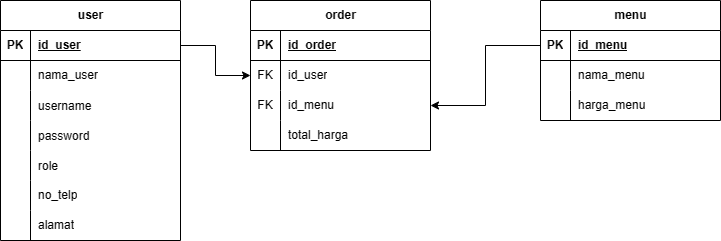
Earlier version of the draw.io export system-design/Table-Novee's Cakes.png (KrishnDwi/Novees-Cakes). Source tidied: cells renumbered, new cells last; positions are measured from the earlier drawing's top-left corner, leaving out a move shared by most shapes.
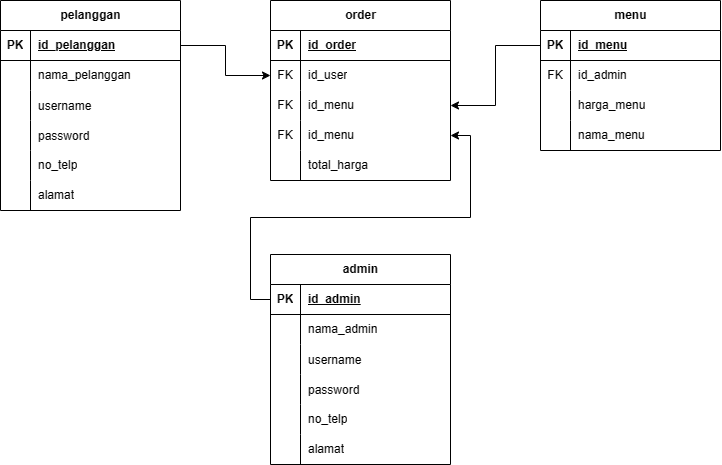
Later version of the same file.

What changed in the source:
```diff
@@ -3,7 +3,7 @@
     <mxCell id="0" />
     <mxCell id="1" parent="0" />
     <mxCell id="2" value="menu" style="shape=table;startSize=30;rowLines=0;fontStyle=1;align=center;html=1;" parent="1" vertex="1">
-      <mxGeometry x="540" width="180" height="120" as="geometry" />
+      <mxGeometry x="540" width="180" height="150" as="geometry" />
     </mxCell>
     <mxCell id="3" style="shape=tableRow;horizontal=0;startSize=0;swimlaneHead=0;swimlaneBody=0;fillColor=none;points=[[0,0.5],[1,0.5]];portConstraint=eastwest;top=0;left=0;right=0;bottom=1;" parent="2" vertex="1">
       <mxGeometry y="30" width="180" height="30" as="geometry" />
@@ -17,10 +17,10 @@
     <mxCell id="6" style="shape=tableRow;horizontal=0;startSize=0;swimlaneHead=0;swimlaneBody=0;fillColor=none;top=0;left=0;right=0;bottom=0;" parent="2" vertex="1">
       <mxGeometry y="60" width="180" height="30" as="geometry" />
     </mxCell>
-    <mxCell id="7" style="shape=partialRectangle;fillColor=none;top=0;left=0;bottom=0;right=0;overflow=hidden;whiteSpace=wrap;html=1;" parent="6" vertex="1">
+    <mxCell id="7" value="FK" style="shape=partialRectangle;fillColor=none;top=0;left=0;bottom=0;right=0;overflow=hidden;whiteSpace=wrap;html=1;" parent="6" vertex="1">
       <mxGeometry width="30" height="30" as="geometry" />
     </mxCell>
-    <mxCell id="8" value="nama_menu" style="shape=partialRectangle;fillColor=none;top=0;left=0;bottom=0;right=0;align=left;spacingLeft=6;overflow=hidden;whiteSpace=wrap;html=1;" parent="6" vertex="1">
+    <mxCell id="8" value="id_admin" style="shape=partialRectangle;fillColor=none;top=0;left=0;bottom=0;right=0;align=left;spacingLeft=6;overflow=hidden;whiteSpace=wrap;html=1;" parent="6" vertex="1">
       <mxGeometry x="30" width="150" height="30" as="geometry" />
     </mxCell>
     <mxCell id="9" style="shape=tableRow;horizontal=0;startSize=0;swimlaneHead=0;swimlaneBody=0;fillColor=none;top=0;left=0;right=0;bottom=0;" parent="2" vertex="1">
@@ -32,8 +32,17 @@
     <mxCell id="11" value="harga_menu" style="shape=partialRectangle;fillColor=none;top=0;left=0;bottom=0;right=0;align=left;spacingLeft=6;overflow=hidden;whiteSpace=wrap;html=1;" parent="9" vertex="1">
       <mxGeometry x="30" width="150" height="30" as="geometry" />
     </mxCell>
+    <mxCell id="49" style="shape=tableRow;horizontal=0;startSize=0;swimlaneHead=0;swimlaneBody=0;fillColor=none;top=0;left=0;right=0;bottom=0;" parent="2" vertex="1">
+      <mxGeometry y="120" width="180" height="30" as="geometry" />
+    </mxCell>
+    <mxCell id="50" style="shape=partialRectangle;fillColor=none;top=0;left=0;bottom=0;right=0;overflow=hidden;whiteSpace=wrap;html=1;" parent="49" vertex="1">
+      <mxGeometry width="30" height="30" as="geometry" />
+    </mxCell>
+    <mxCell id="51" value="nama_menu" style="shape=partialRectangle;fillColor=none;top=0;left=0;bottom=0;right=0;align=left;spacingLeft=6;overflow=hidden;whiteSpace=wrap;html=1;" parent="49" vertex="1">
+      <mxGeometry x="30" width="150" height="30" as="geometry" />
+    </mxCell>
     <mxCell id="12" value="order" style="shape=table;startSize=30;rowLines=0;fontStyle=1;align=center;html=1;" parent="1" vertex="1">
-      <mxGeometry x="250" width="180" height="150" as="geometry" />
+      <mxGeometry x="270" width="180" height="180" as="geometry" />
     </mxCell>
     <mxCell id="13" style="shape=tableRow;horizontal=0;startSize=0;swimlaneHead=0;swimlaneBody=0;fillColor=none;top=0;left=0;right=0;bottom=1;" parent="12" vertex="1">
       <mxGeometry y="30" width="180" height="30" as="geometry" />
@@ -62,8 +71,17 @@
     <mxCell id="21" value="id_menu" style="shape=partialRectangle;fillColor=none;top=0;left=0;bottom=0;right=0;align=left;spacingLeft=6;overflow=hidden;whiteSpace=wrap;html=1;" parent="19" vertex="1">
       <mxGeometry x="30" width="150" height="30" as="geometry" />
     </mxCell>
+    <mxCell id="52" style="shape=tableRow;horizontal=0;startSize=0;swimlaneHead=0;swimlaneBody=0;fillColor=none;points=[[0,0.5],[1,0.5]];portConstraint=eastwest;top=0;left=0;right=0;bottom=0;" parent="12" vertex="1">
+      <mxGeometry y="120" width="180" height="30" as="geometry" />
+    </mxCell>
+    <mxCell id="53" value="FK" style="shape=partialRectangle;fillColor=none;top=0;left=0;bottom=0;right=0;overflow=hidden;whiteSpace=wrap;html=1;" parent="52" vertex="1">
+      <mxGeometry width="30" height="30" as="geometry" />
+    </mxCell>
+    <mxCell id="54" value="id_menu" style="shape=partialRectangle;fillColor=none;top=0;left=0;bottom=0;right=0;align=left;spacingLeft=6;overflow=hidden;whiteSpace=wrap;html=1;" parent="52" vertex="1">
+      <mxGeometry x="30" width="150" height="30" as="geometry" />
+    </mxCell>
     <mxCell id="22" style="shape=tableRow;horizontal=0;startSize=0;swimlaneHead=0;swimlaneBody=0;fillColor=none;top=0;left=0;right=0;bottom=0;" parent="12" vertex="1">
-      <mxGeometry y="120" width="180" height="30" as="geometry" />
+      <mxGeometry y="150" width="180" height="30" as="geometry" />
     </mxCell>
     <mxCell id="23" style="shape=partialRectangle;fillColor=none;top=0;left=0;bottom=0;right=0;overflow=hidden;whiteSpace=wrap;html=1;" parent="22" vertex="1">
       <mxGeometry width="30" height="30" as="geometry" />
@@ -77,8 +95,8 @@
     <mxCell id="26" style="edgeStyle=orthogonalEdgeStyle;rounded=0;jettySize=auto;html=1;" parent="1" edge="1" source="3" target="19">
       <mxGeometry relative="1" as="geometry" />
     </mxCell>
-    <mxCell id="27" value="user" style="shape=table;startSize=30;rowLines=0;fontStyle=1;align=center;html=1;" parent="1" vertex="1">
-      <mxGeometry width="180" height="240" as="geometry" />
+    <mxCell id="27" value="pelanggan" style="shape=table;startSize=30;rowLines=0;fontStyle=1;align=center;html=1;" parent="1" vertex="1">
+      <mxGeometry width="180" height="210" as="geometry" />
     </mxCell>
     <mxCell id="28" style="shape=tableRow;horizontal=0;startSize=0;swimlaneHead=0;swimlaneBody=0;fillColor=none;points=[[0,0.5],[1,0.5]];portConstraint=eastwest;top=0;left=0;right=0;bottom=1;" parent="27" vertex="1">
       <mxGeometry y="30" width="180" height="30" as="geometry" />
@@ -86,7 +104,7 @@
     <mxCell id="29" value="PK" style="shape=partialRectangle;fillColor=none;top=0;left=0;bottom=0;right=0;fontStyle=1;overflow=hidden;whiteSpace=wrap;html=1;" parent="28" vertex="1">
       <mxGeometry width="30" height="30" as="geometry" />
     </mxCell>
-    <mxCell id="30" value="id_user" style="shape=partialRectangle;fillColor=none;top=0;left=0;bottom=0;right=0;align=left;spacingLeft=6;fontStyle=5;overflow=hidden;whiteSpace=wrap;html=1;" parent="28" vertex="1">
+    <mxCell id="30" value="id_pelanggan" style="shape=partialRectangle;fillColor=none;top=0;left=0;bottom=0;right=0;align=left;spacingLeft=6;fontStyle=5;overflow=hidden;whiteSpace=wrap;html=1;" parent="28" vertex="1">
       <mxGeometry x="30" width="150" height="30" as="geometry" />
     </mxCell>
     <mxCell id="31" style="shape=tableRow;horizontal=0;startSize=0;swimlaneHead=0;swimlaneBody=0;fillColor=none;top=0;left=0;right=0;bottom=0;" parent="27" vertex="1">
@@ -95,7 +113,7 @@
     <mxCell id="32" style="shape=partialRectangle;fillColor=none;top=0;left=0;bottom=0;right=0;overflow=hidden;whiteSpace=wrap;html=1;" parent="31" vertex="1">
       <mxGeometry width="30" height="30" as="geometry" />
     </mxCell>
-    <mxCell id="33" value="nama_user" style="shape=partialRectangle;fillColor=none;top=0;left=0;bottom=0;right=0;align=left;spacingLeft=6;overflow=hidden;whiteSpace=wrap;html=1;" parent="31" vertex="1">
+    <mxCell id="33" value="nama_pelanggan" style="shape=partialRectangle;fillColor=none;top=0;left=0;bottom=0;right=0;align=left;spacingLeft=6;overflow=hidden;whiteSpace=wrap;html=1;" parent="31" vertex="1">
       <mxGeometry x="30" width="150" height="30" as="geometry" />
     </mxCell>
     <mxCell id="34" style="shape=tableRow;horizontal=0;startSize=0;swimlaneHead=0;swimlaneBody=0;fillColor=none;top=0;left=0;right=0;bottom=0;" parent="27" vertex="1">
@@ -116,17 +134,8 @@
     <mxCell id="39" value="password" style="shape=partialRectangle;fillColor=none;top=0;left=0;bottom=0;right=0;align=left;spacingLeft=6;overflow=hidden;" parent="37" vertex="1">
       <mxGeometry x="30" width="150" height="30" as="geometry" />
     </mxCell>
-    <mxCell id="40" style="shape=tableRow;horizontal=0;startSize=0;swimlaneHead=0;swimlaneBody=0;fillColor=none;top=0;left=0;right=0;bottom=0;" parent="27" vertex="1">
-      <mxGeometry y="150" width="180" height="30" as="geometry" />
-    </mxCell>
-    <mxCell id="41" style="shape=partialRectangle;fillColor=none;top=0;left=0;bottom=0;right=0;overflow=hidden;" parent="40" vertex="1">
-      <mxGeometry width="30" height="30" as="geometry" />
-    </mxCell>
-    <mxCell id="42" value="role" style="shape=partialRectangle;fillColor=none;top=0;left=0;bottom=0;right=0;align=left;spacingLeft=6;overflow=hidden;" parent="40" vertex="1">
-      <mxGeometry x="30" width="150" height="30" as="geometry" />
-    </mxCell>
     <mxCell id="43" style="shape=tableRow;horizontal=0;startSize=0;swimlaneHead=0;swimlaneBody=0;fillColor=none;top=0;left=0;right=0;bottom=0;" parent="27" vertex="1">
-      <mxGeometry y="180" width="180" height="30" as="geometry" />
+      <mxGeometry y="150" width="180" height="30" as="geometry" />
     </mxCell>
     <mxCell id="44" style="shape=partialRectangle;fillColor=none;top=0;left=0;bottom=0;right=0;overflow=hidden;whiteSpace=wrap;html=1;" parent="43" vertex="1">
       <mxGeometry width="30" height="30" as="geometry" />
@@ -135,7 +144,7 @@
       <mxGeometry x="30" width="150" height="30" as="geometry" />
     </mxCell>
     <mxCell id="46" style="shape=tableRow;horizontal=0;startSize=0;swimlaneHead=0;swimlaneBody=0;fillColor=none;top=0;left=0;right=0;bottom=0;" parent="27" vertex="1">
-      <mxGeometry y="210" width="180" height="30" as="geometry" />
+      <mxGeometry y="180" width="180" height="30" as="geometry" />
     </mxCell>
     <mxCell id="47" style="shape=partialRectangle;fillColor=none;top=0;left=0;bottom=0;right=0;overflow=hidden;whiteSpace=wrap;html=1;" parent="46" vertex="1">
       <mxGeometry width="30" height="30" as="geometry" />
@@ -143,5 +152,65 @@
     <mxCell id="48" value="alamat" style="shape=partialRectangle;fillColor=none;top=0;left=0;bottom=0;right=0;align=left;spacingLeft=6;overflow=hidden;whiteSpace=wrap;html=1;" parent="46" vertex="1">
       <mxGeometry x="30" width="150" height="30" as="geometry" />
     </mxCell>
+    <mxCell id="55" value="admin" style="shape=table;startSize=30;rowLines=0;fontStyle=1;align=center;html=1;" parent="1" vertex="1">
+      <mxGeometry x="270" y="254" width="180" height="210" as="geometry" />
+    </mxCell>
+    <mxCell id="56" style="shape=tableRow;horizontal=0;startSize=0;swimlaneHead=0;swimlaneBody=0;fillColor=none;points=[[0,0.5],[1,0.5]];portConstraint=eastwest;top=0;left=0;right=0;bottom=1;" parent="55" vertex="1">
+      <mxGeometry y="30" width="180" height="30" as="geometry" />
+    </mxCell>
+    <mxCell id="57" value="PK" style="shape=partialRectangle;fillColor=none;top=0;left=0;bottom=0;right=0;fontStyle=1;overflow=hidden;whiteSpace=wrap;html=1;" parent="56" vertex="1">
+      <mxGeometry width="30" height="30" as="geometry" />
+    </mxCell>
+    <mxCell id="58" value="id_admin" style="shape=partialRectangle;fillColor=none;top=0;left=0;bottom=0;right=0;align=left;spacingLeft=6;fontStyle=5;overflow=hidden;whiteSpace=wrap;html=1;" parent="56" vertex="1">
+      <mxGeometry x="30" width="150" height="30" as="geometry" />
+    </mxCell>
+    <mxCell id="59" style="shape=tableRow;horizontal=0;startSize=0;swimlaneHead=0;swimlaneBody=0;fillColor=none;top=0;left=0;right=0;bottom=0;" parent="55" vertex="1">
+      <mxGeometry y="60" width="180" height="30" as="geometry" />
+    </mxCell>
+    <mxCell id="60" style="shape=partialRectangle;fillColor=none;top=0;left=0;bottom=0;right=0;overflow=hidden;whiteSpace=wrap;html=1;" parent="59" vertex="1">
+      <mxGeometry width="30" height="30" as="geometry" />
+    </mxCell>
+    <mxCell id="61" value="nama_admin" style="shape=partialRectangle;fillColor=none;top=0;left=0;bottom=0;right=0;align=left;spacingLeft=6;overflow=hidden;whiteSpace=wrap;html=1;" parent="59" vertex="1">
+      <mxGeometry x="30" width="150" height="30" as="geometry" />
+    </mxCell>
+    <mxCell id="62" style="shape=tableRow;horizontal=0;startSize=0;swimlaneHead=0;swimlaneBody=0;fillColor=none;top=0;left=0;right=0;bottom=0;" parent="55" vertex="1">
+      <mxGeometry y="90" width="180" height="30" as="geometry" />
+    </mxCell>
+    <mxCell id="63" style="shape=partialRectangle;fillColor=none;top=0;left=0;bottom=0;right=0;overflow=hidden;" parent="62" vertex="1">
+      <mxGeometry width="30" height="30" as="geometry" />
+    </mxCell>
+    <mxCell id="64" value="username" style="shape=partialRectangle;fillColor=none;top=0;left=0;bottom=0;right=0;align=left;spacingLeft=6;overflow=hidden;" parent="62" vertex="1">
+      <mxGeometry x="30" width="150" height="30" as="geometry" />
+    </mxCell>
+    <mxCell id="65" style="shape=tableRow;horizontal=0;startSize=0;swimlaneHead=0;swimlaneBody=0;fillColor=none;top=0;left=0;right=0;bottom=0;" parent="55" vertex="1">
+      <mxGeometry y="120" width="180" height="30" as="geometry" />
+    </mxCell>
+    <mxCell id="66" style="shape=partialRectangle;fillColor=none;top=0;left=0;bottom=0;right=0;overflow=hidden;" parent="65" vertex="1">
+      <mxGeometry width="30" height="30" as="geometry" />
+    </mxCell>
+    <mxCell id="67" value="password" style="shape=partialRectangle;fillColor=none;top=0;left=0;bottom=0;right=0;align=left;spacingLeft=6;overflow=hidden;" parent="65" vertex="1">
+      <mxGeometry x="30" width="150" height="30" as="geometry" />
+    </mxCell>
+    <mxCell id="40" style="shape=tableRow;horizontal=0;startSize=0;swimlaneHead=0;swimlaneBody=0;fillColor=none;top=0;left=0;right=0;bottom=0;" parent="55" vertex="1">
+      <mxGeometry y="150" width="180" height="30" as="geometry" />
+    </mxCell>
+    <mxCell id="68" style="shape=partialRectangle;fillColor=none;top=0;left=0;bottom=0;right=0;overflow=hidden;whiteSpace=wrap;html=1;" parent="40" vertex="1">
+      <mxGeometry width="30" height="30" as="geometry" />
+    </mxCell>
+    <mxCell id="69" value="no_telp" style="shape=partialRectangle;fillColor=none;top=0;left=0;bottom=0;right=0;align=left;spacingLeft=6;overflow=hidden;whiteSpace=wrap;html=1;" parent="40" vertex="1">
+      <mxGeometry x="30" width="150" height="30" as="geometry" />
+    </mxCell>
+    <mxCell id="70" style="shape=tableRow;horizontal=0;startSize=0;swimlaneHead=0;swimlaneBody=0;fillColor=none;top=0;left=0;right=0;bottom=0;" parent="55" vertex="1">
+      <mxGeometry y="180" width="180" height="30" as="geometry" />
+    </mxCell>
+    <mxCell id="71" style="shape=partialRectangle;fillColor=none;top=0;left=0;bottom=0;right=0;overflow=hidden;whiteSpace=wrap;html=1;" parent="70" vertex="1">
+      <mxGeometry width="30" height="30" as="geometry" />
+    </mxCell>
+    <mxCell id="72" value="alamat" style="shape=partialRectangle;fillColor=none;top=0;left=0;bottom=0;right=0;align=left;spacingLeft=6;overflow=hidden;whiteSpace=wrap;html=1;" parent="70" vertex="1">
+      <mxGeometry x="30" width="150" height="30" as="geometry" />
+    </mxCell>
+    <mxCell id="73" style="edgeStyle=orthogonalEdgeStyle;rounded=0;jettySize=auto;html=1;" parent="1" edge="1" source="56" target="52">
+      <mxGeometry relative="1" as="geometry" />
+    </mxCell>
   </root>
 </mxGraphModel>
```
